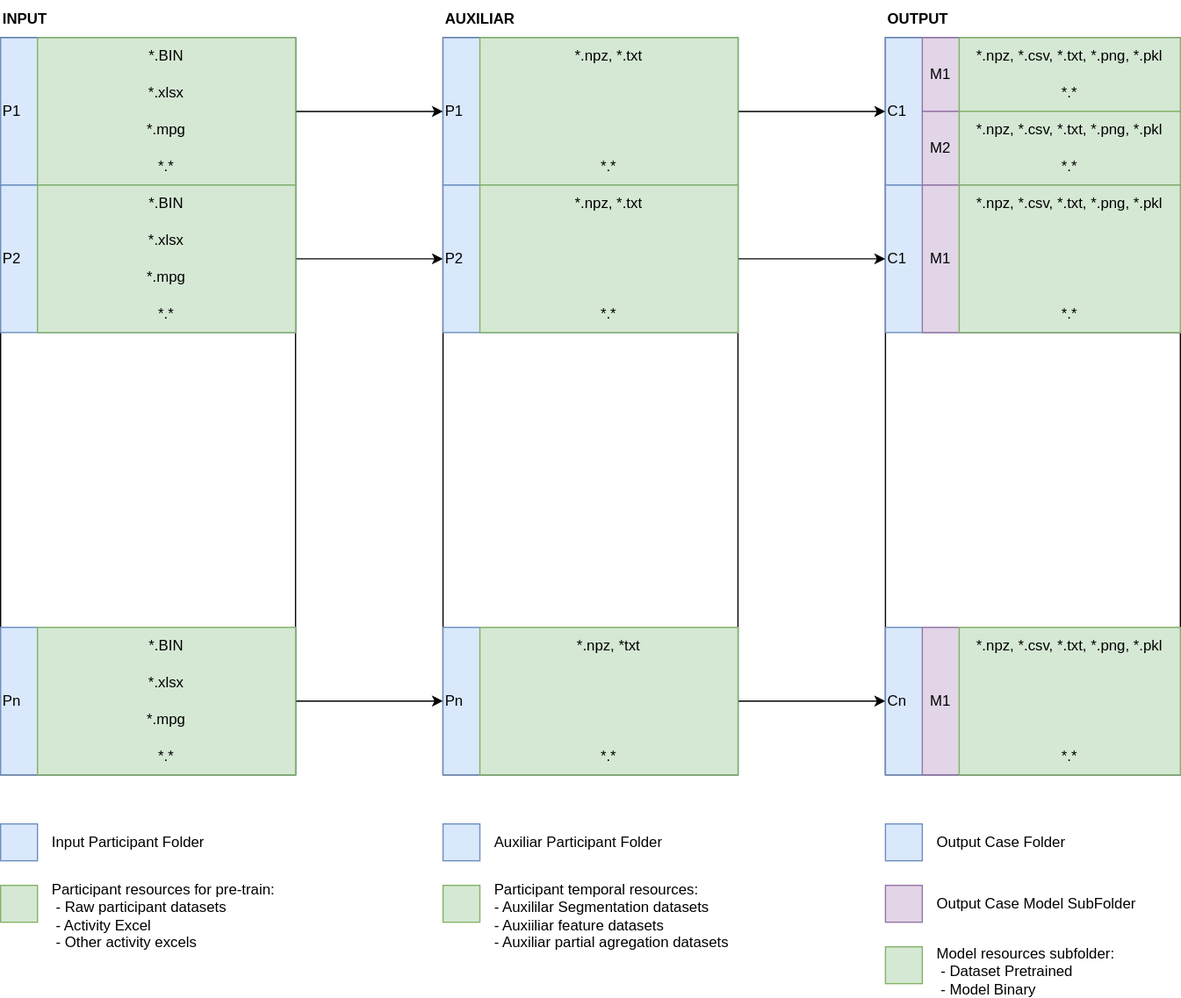
Earlier version of the draw.io export section3/assets/images/folder_architecture.svg (SiMuR-UO/uniovi-simur-wearablepermed-wiki). Source tidied: cells renumbered, new cells last; positions are measured from the earlier drawing's top-left corner, leaving out a move shared by most shapes.
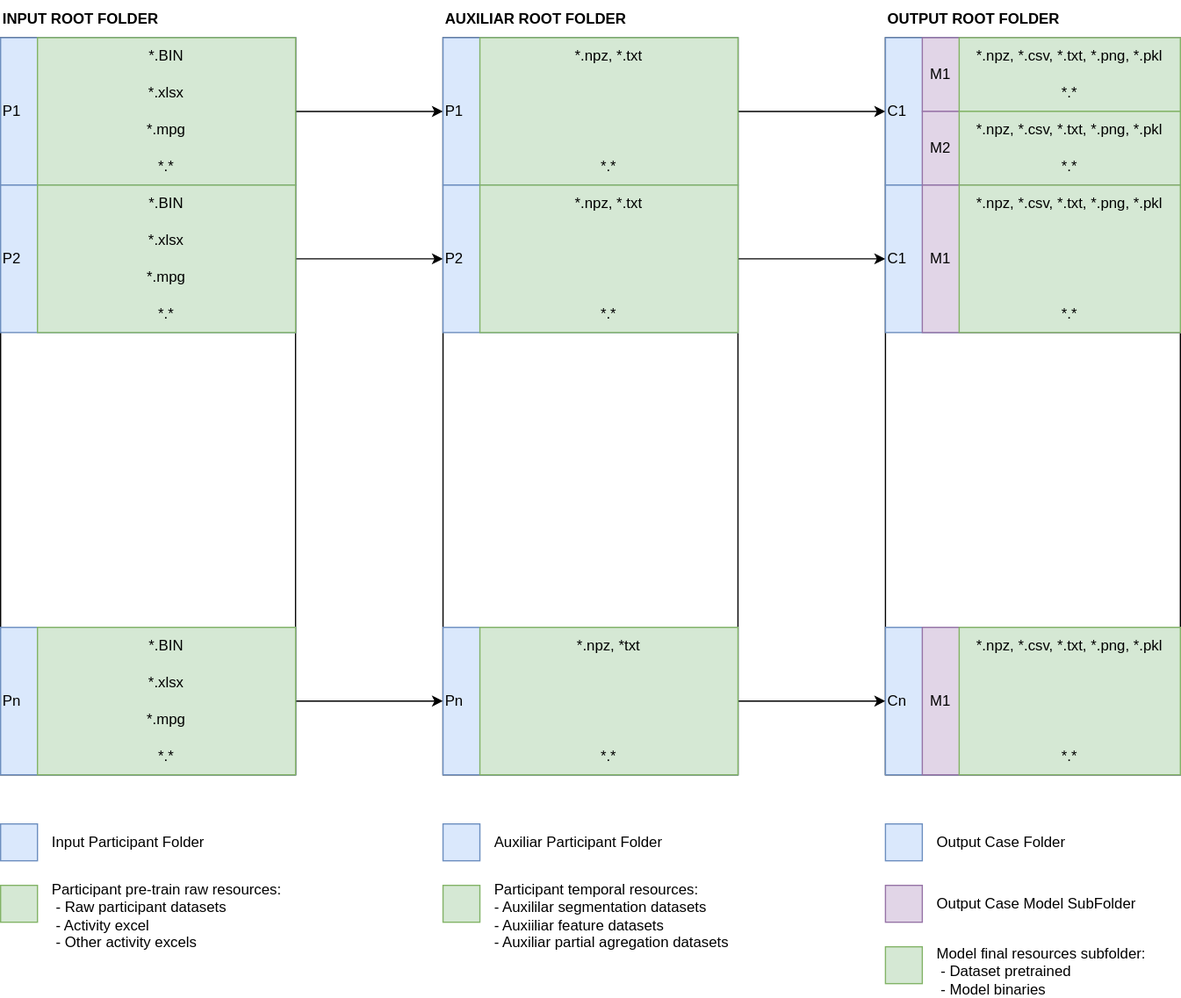
After the commit.

Change to the diagram source:
```diff
@@ -11,13 +11,13 @@
     <mxCell id="4" style="rounded=0;whiteSpace=wrap;html=1;" parent="1" vertex="1">
       <mxGeometry x="720" y="30" width="240" height="600" as="geometry" />
     </mxCell>
-    <mxCell id="5" value="INPUT" style="text;html=1;whiteSpace=wrap;strokeColor=none;fillColor=none;align=left;verticalAlign=middle;rounded=0;fontStyle=1;" parent="1" vertex="1">
+    <mxCell id="5" value="INPUT ROOT FOLDER" style="text;html=1;whiteSpace=wrap;strokeColor=none;fillColor=none;align=left;verticalAlign=middle;rounded=0;fontStyle=1;" parent="1" vertex="1">
       <mxGeometry width="240" height="30" as="geometry" />
     </mxCell>
-    <mxCell id="6" value="AUXILIAR" style="text;html=1;whiteSpace=wrap;strokeColor=none;fillColor=none;align=left;verticalAlign=middle;rounded=0;fontStyle=1;" parent="1" vertex="1">
+    <mxCell id="6" value="AUXILIAR ROOT FOLDER" style="text;html=1;whiteSpace=wrap;strokeColor=none;fillColor=none;align=left;verticalAlign=middle;rounded=0;fontStyle=1;" parent="1" vertex="1">
       <mxGeometry x="360" width="240" height="30" as="geometry" />
     </mxCell>
-    <mxCell id="7" value="OUTPUT" style="text;html=1;whiteSpace=wrap;strokeColor=none;fillColor=none;align=left;verticalAlign=middle;rounded=0;fontStyle=1;" parent="1" vertex="1">
+    <mxCell id="7" value="OUTPUT ROOT FOLDER" style="text;html=1;whiteSpace=wrap;strokeColor=none;fillColor=none;align=left;verticalAlign=middle;rounded=0;fontStyle=1;" parent="1" vertex="1">
       <mxGeometry x="720" width="240" height="30" as="geometry" />
     </mxCell>
     <mxCell id="8" style="edgeStyle=orthogonalEdgeStyle;rounded=0;jettySize=auto;html=1;entryX=0;entryY=0.5;entryDx=0;entryDy=0;" parent="1" edge="1" source="9" target="30">
@@ -221,13 +221,13 @@
     <mxCell id="74" value="Input Participant Folder" style="text;html=1;whiteSpace=wrap;strokeColor=none;fillColor=none;align=left;verticalAlign=middle;rounded=0;" parent="1" vertex="1">
       <mxGeometry x="40" y="670" width="200" height="30" as="geometry" />
     </mxCell>
-    <mxCell id="75" value="Participant resources for pre-train:&lt;br&gt;&amp;nbsp;- Raw participant datasets&lt;br&gt;&amp;nbsp;- Activity Excel&lt;div&gt;&amp;nbsp;- Other activity excels&lt;/div&gt;" style="text;html=1;whiteSpace=wrap;strokeColor=none;fillColor=none;align=left;verticalAlign=middle;rounded=0;" parent="1" vertex="1">
+    <mxCell id="75" value="Participant pre-train raw resources:&lt;br&gt;&amp;nbsp;- Raw participant datasets&lt;br&gt;&amp;nbsp;- Activity excel&lt;div&gt;&amp;nbsp;- Other activity excels&lt;/div&gt;" style="text;html=1;whiteSpace=wrap;strokeColor=none;fillColor=none;align=left;verticalAlign=middle;rounded=0;" parent="1" vertex="1">
       <mxGeometry x="40" y="720" width="200" height="50" as="geometry" />
     </mxCell>
     <mxCell id="76" value="Auxiliar Participant Folder" style="text;html=1;whiteSpace=wrap;strokeColor=none;fillColor=none;align=left;verticalAlign=middle;rounded=0;" parent="1" vertex="1">
       <mxGeometry x="400" y="670" width="200" height="30" as="geometry" />
     </mxCell>
-    <mxCell id="77" value="Participant temporal resources:&lt;br&gt;- Auxililar Segmentation datasets&lt;br&gt;- Auxiiliar feature datasets&lt;div&gt;- Auxiliar partial agregation datasets&lt;/div&gt;" style="text;html=1;whiteSpace=wrap;strokeColor=none;fillColor=none;align=left;verticalAlign=middle;rounded=0;" parent="1" vertex="1">
+    <mxCell id="77" value="Participant temporal resources:&lt;br&gt;- Auxililar segmentation datasets&lt;br&gt;- Auxiiliar feature datasets&lt;div&gt;- Auxiliar partial agregation datasets&lt;/div&gt;" style="text;html=1;whiteSpace=wrap;strokeColor=none;fillColor=none;align=left;verticalAlign=middle;rounded=0;" parent="1" vertex="1">
       <mxGeometry x="400" y="720" width="200" height="50" as="geometry" />
     </mxCell>
     <mxCell id="78" value="Output Case Folder" style="text;html=1;whiteSpace=wrap;strokeColor=none;fillColor=none;align=left;verticalAlign=middle;rounded=0;" parent="1" vertex="1">
@@ -236,7 +236,7 @@
     <mxCell id="79" value="Output Case Model SubFolder" style="text;html=1;whiteSpace=wrap;strokeColor=none;fillColor=none;align=left;verticalAlign=middle;rounded=0;" parent="1" vertex="1">
       <mxGeometry x="760" y="720" width="200" height="30" as="geometry" />
     </mxCell>
-    <mxCell id="80" value="Model resources subfolder:&lt;br&gt;&amp;nbsp;- Dataset Pretrained&lt;br&gt;&amp;nbsp;- Model Binary" style="text;html=1;whiteSpace=wrap;strokeColor=none;fillColor=none;align=left;verticalAlign=middle;rounded=0;" parent="1" vertex="1">
+    <mxCell id="80" value="Model final resources subfolder:&lt;br&gt;&amp;nbsp;- Dataset pretrained&lt;br&gt;&amp;nbsp;- Model binaries" style="text;html=1;whiteSpace=wrap;strokeColor=none;fillColor=none;align=left;verticalAlign=middle;rounded=0;" parent="1" vertex="1">
       <mxGeometry x="760" y="770" width="200" height="40" as="geometry" />
     </mxCell>
   </root>
```
